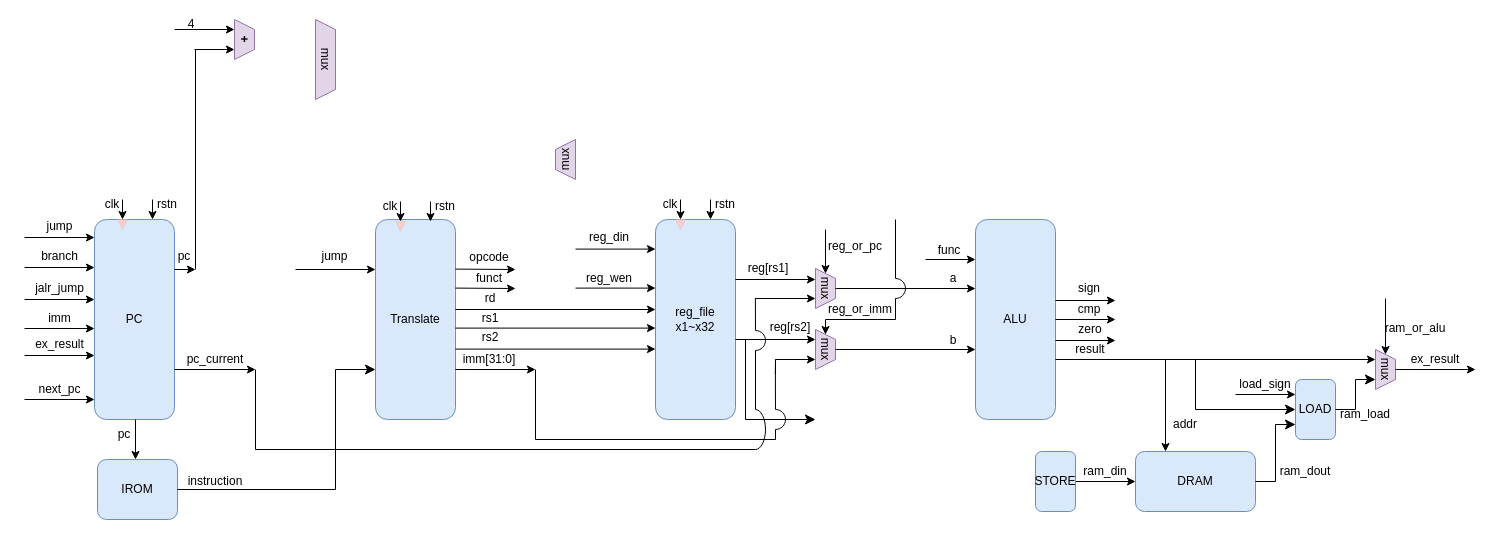
Before: riscv.drawio in youmiwei/drawio, a draw.io diagram. Source tidied: cells renumbered, new cells numbered last; positions are measured from the earlier drawing's top-left corner, leaving out a move shared by most shapes. Both pictures are drawn from the tidied source at 100%, with x=0, y=0 at pixel (24, 19).
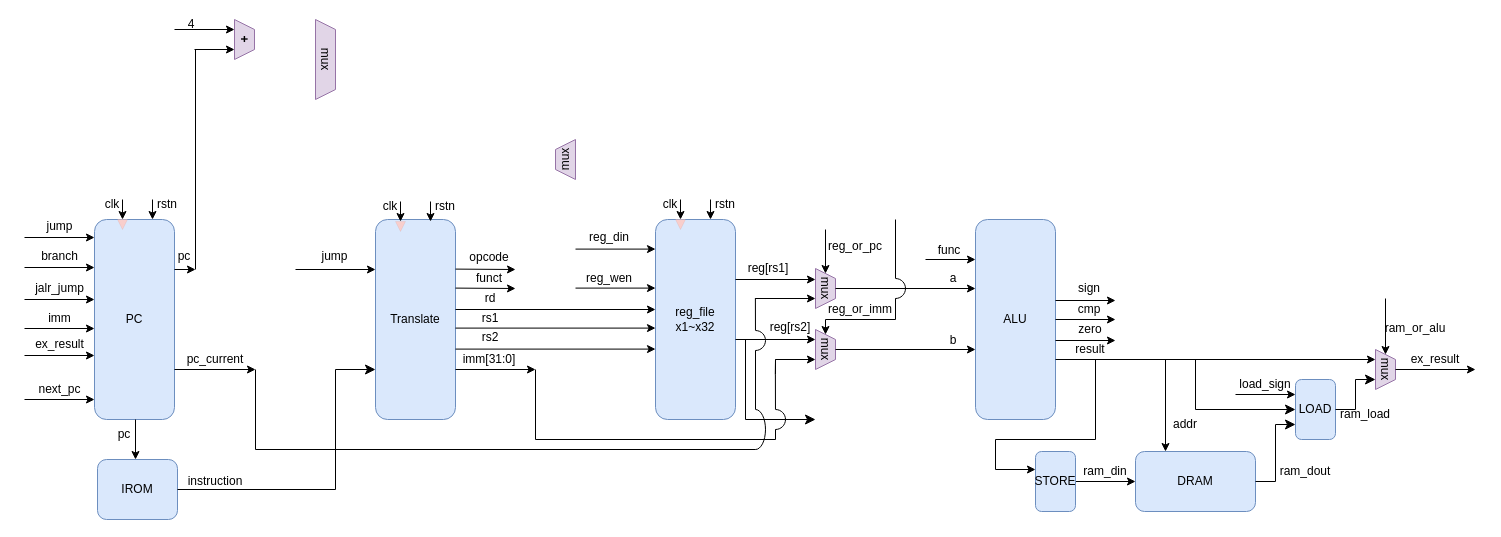
After the change.

Change to the diagram source:
```diff
@@
+    <mxCell id="130" style="endArrow=none;html=1;rounded=0;" parent="1" edge="1">
+      <mxGeometry relative="1" as="geometry">
+        <mxPoint x="1071" y="420" as="sourcePoint" />
+        <mxPoint x="1071" y="340" as="targetPoint" />
+      </mxGeometry>
+    </mxCell>
+    <mxCell id="131" style="endArrow=none;html=1;rounded=0;" parent="1" edge="1">
+      <mxGeometry relative="1" as="geometry">
+        <mxPoint x="971" y="420" as="sourcePoint" />
+        <mxPoint x="1071" y="420" as="targetPoint" />
+      </mxGeometry>
+    </mxCell>
+    <mxCell id="132" style="endArrow=none;html=1;rounded=0;" parent="1" edge="1">
+      <mxGeometry relative="1" as="geometry">
+        <mxPoint x="971" y="450" as="sourcePoint" />
+        <mxPoint x="971" y="420" as="targetPoint" />
+      </mxGeometry>
+    </mxCell>
+    <mxCell id="133" style="endArrow=classic;html=1;rounded=0;" parent="1" edge="1">
+      <mxGeometry relative="1" as="geometry">
+        <mxPoint x="971" y="450" as="sourcePoint" />
+        <mxPoint x="1011" y="450" as="targetPoint" />
+      </mxGeometry>
+    </mxCell>
```
